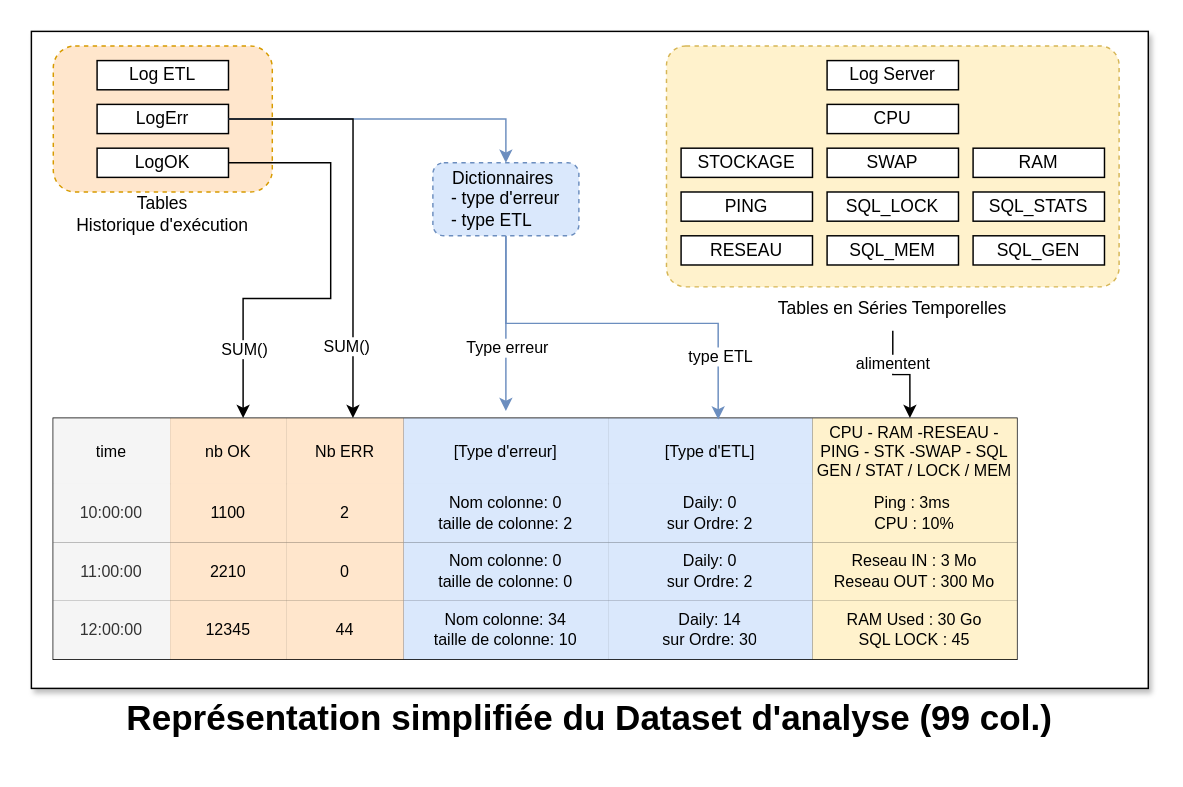
Above: page "MDD" (4 of 9) of doc/schemas/schema-composants.drawio in AntoineValette/projet_industriel (draw.io), before the change. Source tidied: cells renumbered, new cells numbered last; positions are measured from the earlier drawing's top-left corner, leaving out a move shared by most shapes. Both pictures are drawn from the tidied source at 146%, with x=0, y=0 at pixel (31, 31).
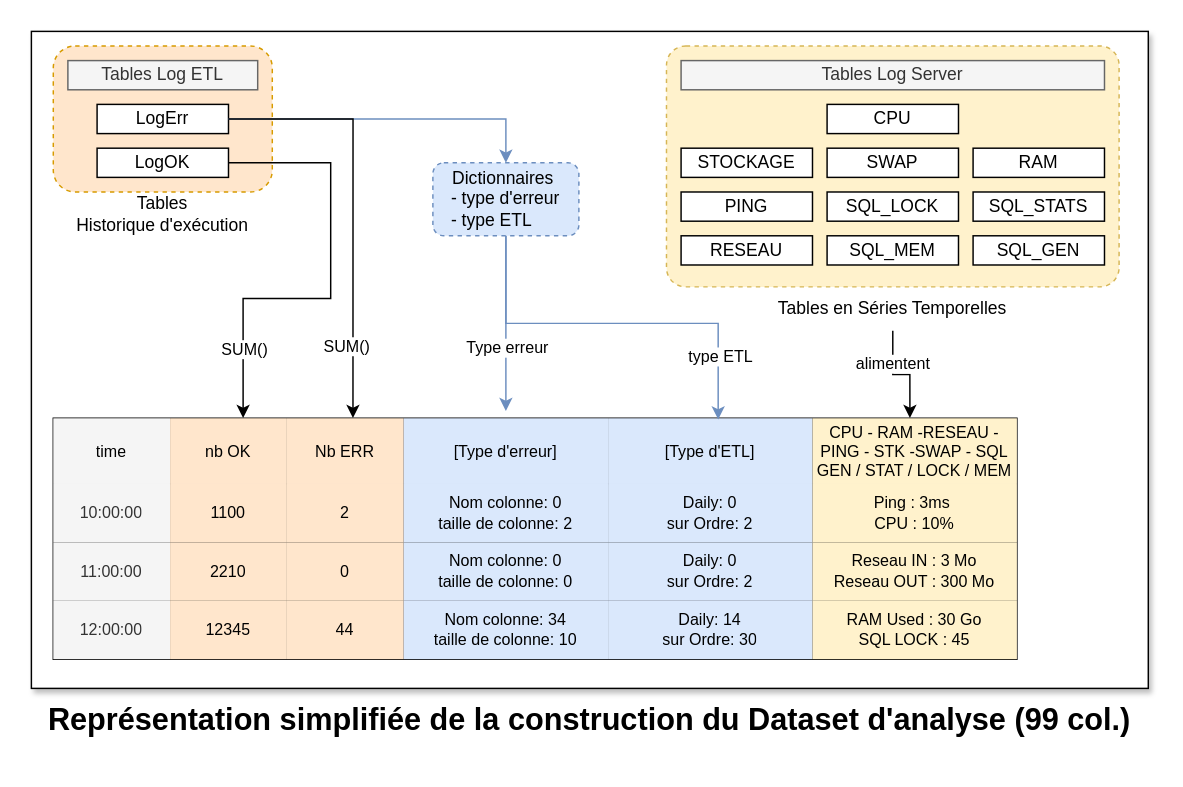
The same page after the edit.

The change refers to these unchanged cells:
```xml
<mxCell id="2" style="group;" parent="1" vertex="1">
  <mxGeometry width="765" height="500" as="geometry" />
</mxCell>
<mxCell id="34" style="group;fillColor=default;" parent="2" vertex="1">
  <mxGeometry x="15" y="10" width="150" height="130" as="geometry" />
</mxCell>
<mxCell id="44" style="group;fillColor=none;" parent="2" vertex="1">
  <mxGeometry x="435" y="10" width="310" height="195" as="geometry" />
</mxCell>
```

Change to the diagram source:
```diff
@@
-    <mxCell id="4" value="&lt;h1 style=&quot;margin-top: 0px;&quot;&gt;Représentation simplifiée du Dataset d'analyse (99 col.)&lt;/h1&gt;" style="text;html=1;whiteSpace=wrap;overflow=hidden;rounded=0;align=center;" parent="2" vertex="1">
+    <mxCell id="4" value="&lt;h1 style=&quot;margin-top: 0px;&quot;&gt;&lt;font style=&quot;font-size: 21px;&quot;&gt;Représentation simplifiée de la construction du Dataset d'analyse (99 col.)&lt;/font&gt;&lt;/h1&gt;" style="text;html=1;whiteSpace=wrap;overflow=hidden;rounded=0;align=center;" parent="2" vertex="1">
       <mxGeometry y="450" width="765" height="40" as="geometry" />
     </mxCell>
@@
-    <mxCell id="39" value="Log ETL" style="whiteSpace=wrap;html=1;" parent="34" vertex="1">
-      <mxGeometry x="30" y="10" width="90" height="20" as="geometry" />
+    <mxCell id="39" value="Tables Log ETL" style="whiteSpace=wrap;html=1;fillColor=#f5f5f5;fontColor=#333333;strokeColor=#666666;" parent="34" vertex="1">
+      <mxGeometry x="10" y="10" width="130" height="20" as="geometry" />
     </mxCell>
@@
-    <mxCell id="46" value="Log Server" style="whiteSpace=wrap;html=1;" parent="44" vertex="1">
-      <mxGeometry x="110" y="10" width="90" height="20" as="geometry" />
+    <mxCell id="46" value="Tables Log Server" style="whiteSpace=wrap;html=1;fillColor=#f5f5f5;fontColor=#333333;strokeColor=#666666;" parent="44" vertex="1">
+      <mxGeometry x="10" y="10" width="290" height="20" as="geometry" />
     </mxCell>
```
